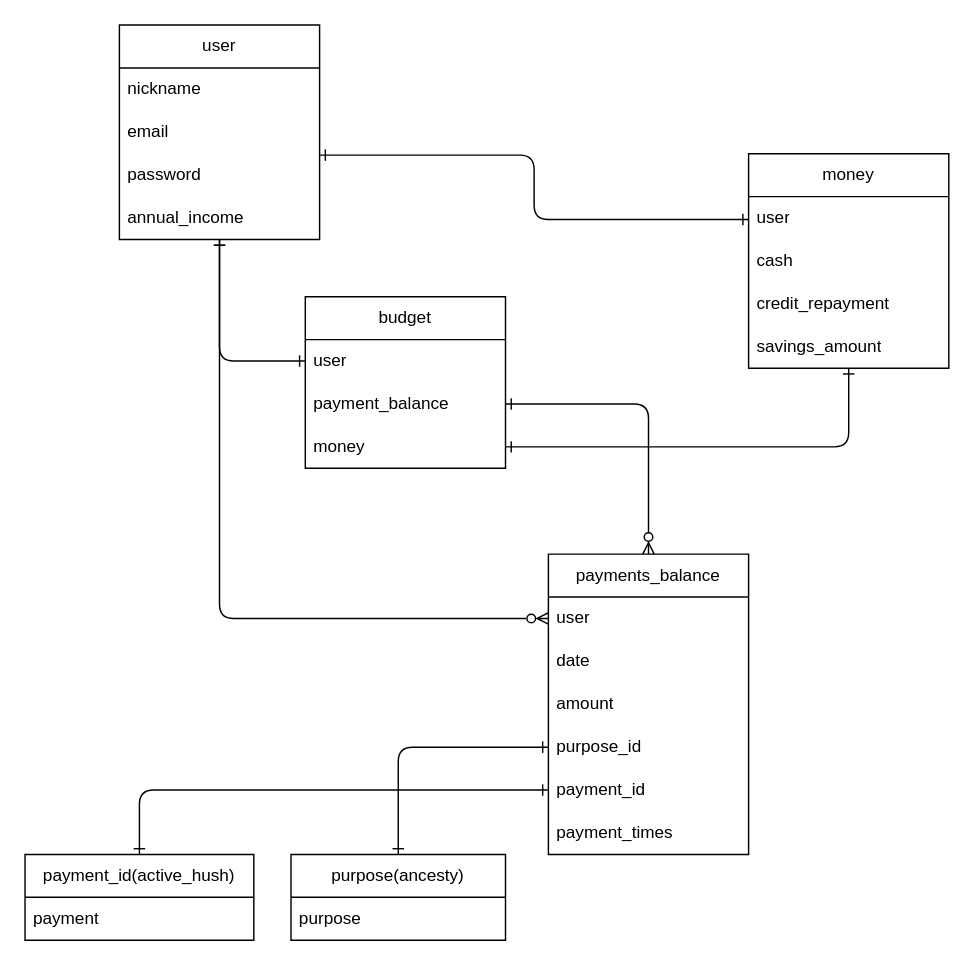
This is my_ecopla_ER.dio from Yuya7124/my_ecopla, a draw.io file, before an edit. Source tidied: cells renumbered, new cells numbered last; positions are measured from the earlier drawing's top-left corner, leaving out a move shared by most shapes. Both pictures are drawn from the tidied source at 143%, with x=0, y=0 at pixel (24, 24).
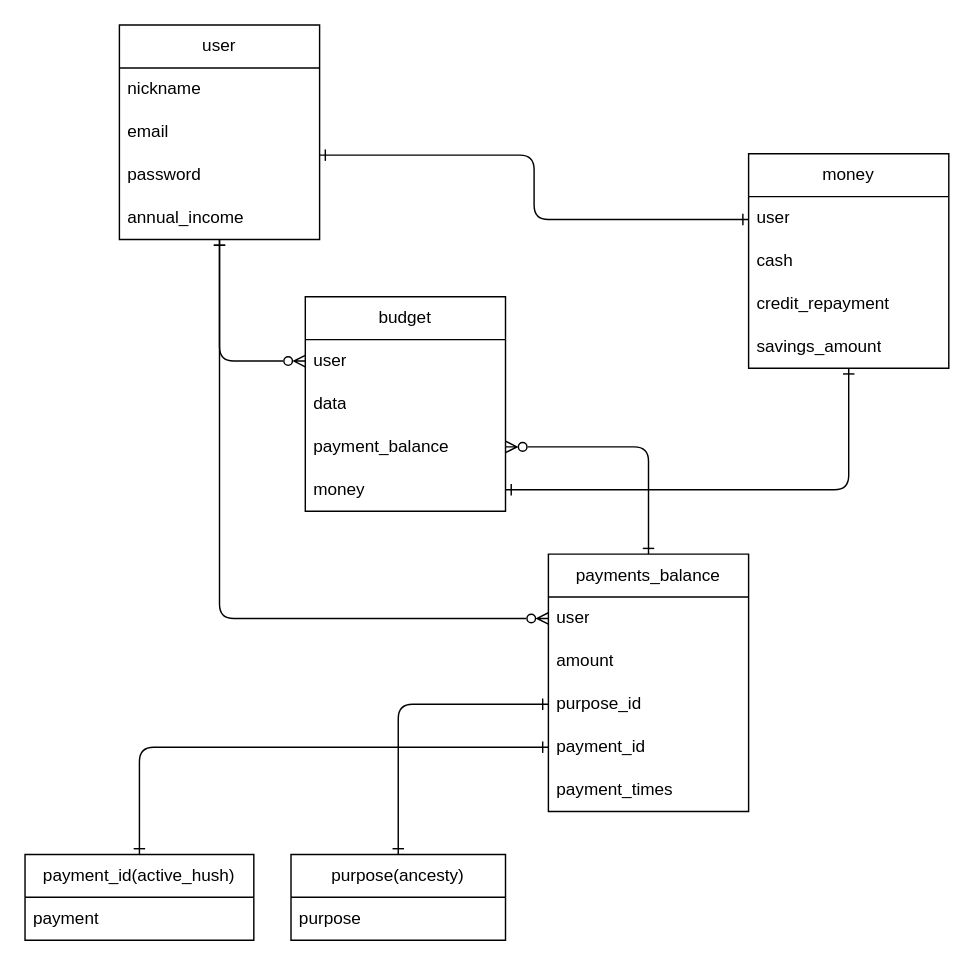
The same page after the edit.

Unchanged cells that the change refers to:
```xml
<mxCell id="3" value="user" style="swimlane;fontStyle=0;horizontal=1;startSize=30;whiteSpace=wrap;html=1;" parent="1" vertex="1">
  <mxGeometry x="66" width="140" height="150" as="geometry" />
</mxCell>
<mxCell id="9" value="user" style="text;strokeColor=none;fillColor=none;align=left;verticalAlign=middle;spacingLeft=4;spacingRight=4;overflow=hidden;points=[[0,0.5],[1,0.5]];portConstraint=eastwest;whiteSpace=wrap;html=1;" parent="8" vertex="1">
  <mxGeometry y="30" width="140" height="30" as="geometry" />
</mxCell>
<mxCell id="16" value="user" style="text;strokeColor=none;fillColor=none;align=left;verticalAlign=middle;spacingLeft=4;spacingRight=4;overflow=hidden;points=[[0,0.5],[1,0.5]];portConstraint=eastwest;whiteSpace=wrap;html=1;" parent="15" vertex="1">
  <mxGeometry y="30" width="140" height="30" as="geometry" />
</mxCell>
<mxCell id="19" value="money" style="swimlane;fontStyle=0;horizontal=1;startSize=30;whiteSpace=wrap;html=1;" parent="1" vertex="1">
  <mxGeometry x="506" y="90" width="140" height="150" as="geometry" />
</mxCell>
<mxCell id="25" value="&lt;span style=&quot;text-align: left;&quot;&gt;payment_i&lt;/span&gt;&lt;span style=&quot;text-align: left;&quot;&gt;d(active_hush)&lt;/span&gt;" style="swimlane;fontStyle=0;horizontal=1;startSize=30;whiteSpace=wrap;html=1;" parent="1" vertex="1">
  <mxGeometry y="580" width="160" height="60" as="geometry" />
</mxCell>
<mxCell id="27" value="&lt;span style=&quot;text-align: left;&quot;&gt;purpose&lt;/span&gt;(ancesty)" style="swimlane;fontStyle=0;horizontal=1;startSize=30;whiteSpace=wrap;html=1;" parent="1" vertex="1">
  <mxGeometry x="186" y="580" width="150" height="60" as="geometry" />
</mxCell>
```

The edit, as a diff of the source:
```diff
@@
     <mxCell id="8" value="payments_balance" style="swimlane;fontStyle=0;horizontal=1;startSize=30;whiteSpace=wrap;html=1;" parent="1" vertex="1">
-      <mxGeometry x="366" y="370" width="140" height="210" as="geometry" />
+      <mxGeometry x="366" y="370" width="140" height="180" as="geometry" />
     </mxCell>
@@
-    <mxCell id="10" value="date" style="text;strokeColor=none;fillColor=none;align=left;verticalAlign=middle;spacingLeft=4;spacingRight=4;overflow=hidden;whiteSpace=wrap;html=1;" parent="8" vertex="1">
-      <mxGeometry y="60" width="140" height="30" as="geometry" />
-    </mxCell>
     <mxCell id="11" value="amount" style="text;strokeColor=none;fillColor=none;align=left;verticalAlign=middle;spacingLeft=4;spacingRight=4;overflow=hidden;whiteSpace=wrap;html=1;" parent="8" vertex="1">
-      <mxGeometry y="90" width="140" height="30" as="geometry" />
+      <mxGeometry y="60" width="140" height="30" as="geometry" />
     </mxCell>
     <mxCell id="12" value="purpose_id" style="text;strokeColor=none;fillColor=none;align=left;verticalAlign=middle;spacingLeft=4;spacingRight=4;overflow=hidden;points=[[0,0.5],[1,0.5]];portConstraint=eastwest;whiteSpace=wrap;html=1;" parent="8" vertex="1">
-      <mxGeometry y="120" width="140" height="30" as="geometry" />
+      <mxGeometry y="90" width="140" height="30" as="geometry" />
     </mxCell>
     <mxCell id="13" value="payment_id" style="text;strokeColor=none;fillColor=none;align=left;verticalAlign=middle;spacingLeft=4;spacingRight=4;overflow=hidden;points=[[0,0.5],[1,0.5]];portConstraint=eastwest;whiteSpace=wrap;html=1;" parent="8" vertex="1">
-      <mxGeometry y="150" width="140" height="30" as="geometry" />
+      <mxGeometry y="120" width="140" height="30" as="geometry" />
     </mxCell>
     <mxCell id="14" value="payment_times" style="text;strokeColor=none;fillColor=none;align=left;verticalAlign=middle;spacingLeft=4;spacingRight=4;overflow=hidden;whiteSpace=wrap;html=1;" parent="8" vertex="1">
-      <mxGeometry y="180" width="140" height="30" as="geometry" />
+      <mxGeometry y="150" width="140" height="30" as="geometry" />
     </mxCell>
     <mxCell id="15" value="budget" style="swimlane;fontStyle=0;horizontal=1;startSize=30;whiteSpace=wrap;html=1;" parent="1" vertex="1">
-      <mxGeometry x="196" y="190" width="140" height="120" as="geometry" />
+      <mxGeometry x="196" y="190" width="140" height="150" as="geometry" />
     </mxCell>
@@
+    <mxCell id="34" value="data" style="text;strokeColor=none;fillColor=none;align=left;verticalAlign=middle;spacingLeft=4;spacingRight=4;overflow=hidden;whiteSpace=wrap;html=1;" parent="15" vertex="1">
+      <mxGeometry y="60" width="140" height="30" as="geometry" />
+    </mxCell>
     <mxCell id="17" value="payment_balance" style="text;strokeColor=none;fillColor=none;align=left;verticalAlign=middle;spacingLeft=4;spacingRight=4;overflow=hidden;points=[[0,0.5],[1,0.5]];portConstraint=eastwest;whiteSpace=wrap;html=1;" parent="15" vertex="1">
-      <mxGeometry y="60" width="140" height="30" as="geometry" />
+      <mxGeometry y="90" width="140" height="30" as="geometry" />
     </mxCell>
     <mxCell id="18" value="money" style="text;strokeColor=none;fillColor=none;align=left;verticalAlign=middle;spacingLeft=4;spacingRight=4;overflow=hidden;points=[[0,0.5],[1,0.5]];portConstraint=eastwest;whiteSpace=wrap;html=1;" parent="15" vertex="1">
-      <mxGeometry y="90" width="140" height="30" as="geometry" />
+      <mxGeometry y="120" width="140" height="30" as="geometry" />
     </mxCell>
@@
     <mxCell id="24" style="edgeStyle=none;html=1;entryX=0;entryY=0.5;entryDx=0;entryDy=0;startArrow=ERone;startFill=0;endArrow=ERone;endFill=0;" parent="1" edge="1" source="25" target="13">
       <mxGeometry relative="1" as="geometry">
         <Array as="points">
-          <mxPoint x="80" y="535" />
+          <mxPoint x="80" y="505" />
         </Array>
       </mxGeometry>
     </mxCell>
@@
     <mxCell id="29" style="edgeStyle=none;html=1;entryX=0;entryY=0.5;entryDx=0;entryDy=0;startArrow=ERone;startFill=0;endArrow=ERone;endFill=0;" parent="1" edge="1" source="27" target="12">
       <mxGeometry relative="1" as="geometry">
         <Array as="points">
-          <mxPoint x="261" y="505" />
+          <mxPoint x="261" y="475" />
         </Array>
       </mxGeometry>
     </mxCell>
-    <mxCell id="30" style="edgeStyle=none;html=1;endArrow=ERzeroToMany;endFill=0;startArrow=ERone;startFill=0;" parent="1" edge="1" source="3" target="9">
-      <mxGeometry relative="1" as="geometry">
-        <Array as="points">
-          <mxPoint x="136" y="415" />
-        </Array>
-      </mxGeometry>
-    </mxCell>
-    <mxCell id="31" style="edgeStyle=none;html=1;endArrow=ERone;endFill=0;entryX=0;entryY=0.5;entryDx=0;entryDy=0;startArrow=ERone;startFill=0;" parent="1" edge="1" source="3" target="16">
-      <mxGeometry relative="1" as="geometry">
-        <Array as="points">
-          <mxPoint x="136" y="235" />
-        </Array>
-      </mxGeometry>
-    </mxCell>
-    <mxCell id="32" style="edgeStyle=none;html=1;startArrow=ERone;startFill=0;endArrow=ERzeroToMany;endFill=0;exitX=1;exitY=0.5;exitDx=0;exitDy=0;" parent="1" edge="1" source="17" target="8">
+    <mxCell id="32" style="edgeStyle=none;html=1;startArrow=ERone;startFill=0;endArrow=ERzeroToMany;endFill=0;entryX=1;entryY=0.5;entryDx=0;entryDy=0;" parent="1" edge="1" source="8" target="17">
       <mxGeometry relative="1" as="geometry">
         <Array as="points">
-          <mxPoint x="436" y="265" />
+          <mxPoint x="436" y="295" />
         </Array>
       </mxGeometry>
     </mxCell>
     <mxCell id="33" style="edgeStyle=none;html=1;exitX=1;exitY=0.5;exitDx=0;exitDy=0;startArrow=ERone;startFill=0;endArrow=ERone;endFill=0;" parent="1" edge="1" source="18" target="19">
       <mxGeometry relative="1" as="geometry">
         <Array as="points">
-          <mxPoint x="576" y="295" />
+          <mxPoint x="576" y="325" />
         </Array>
       </mxGeometry>
     </mxCell>
+    <mxCell id="31" style="edgeStyle=none;html=1;endArrow=ERone;endFill=0;startArrow=ERzeroToMany;startFill=0;exitX=0;exitY=0.5;exitDx=0;exitDy=0;" parent="1" edge="1" source="16" target="3">
+      <mxGeometry relative="1" as="geometry">
+        <Array as="points">
+          <mxPoint x="136" y="235" />
+        </Array>
+      </mxGeometry>
+    </mxCell>
+    <mxCell id="35" style="edgeStyle=none;html=1;endArrow=ERone;endFill=0;startArrow=ERzeroToMany;startFill=0;exitX=0;exitY=0.5;exitDx=0;exitDy=0;" parent="1" edge="1" source="9" target="3">
+      <mxGeometry relative="1" as="geometry">
+        <Array as="points">
+          <mxPoint x="136" y="415" />
+          <mxPoint x="136" y="280" />
+        </Array>
+      </mxGeometry>
+    </mxCell>
```
